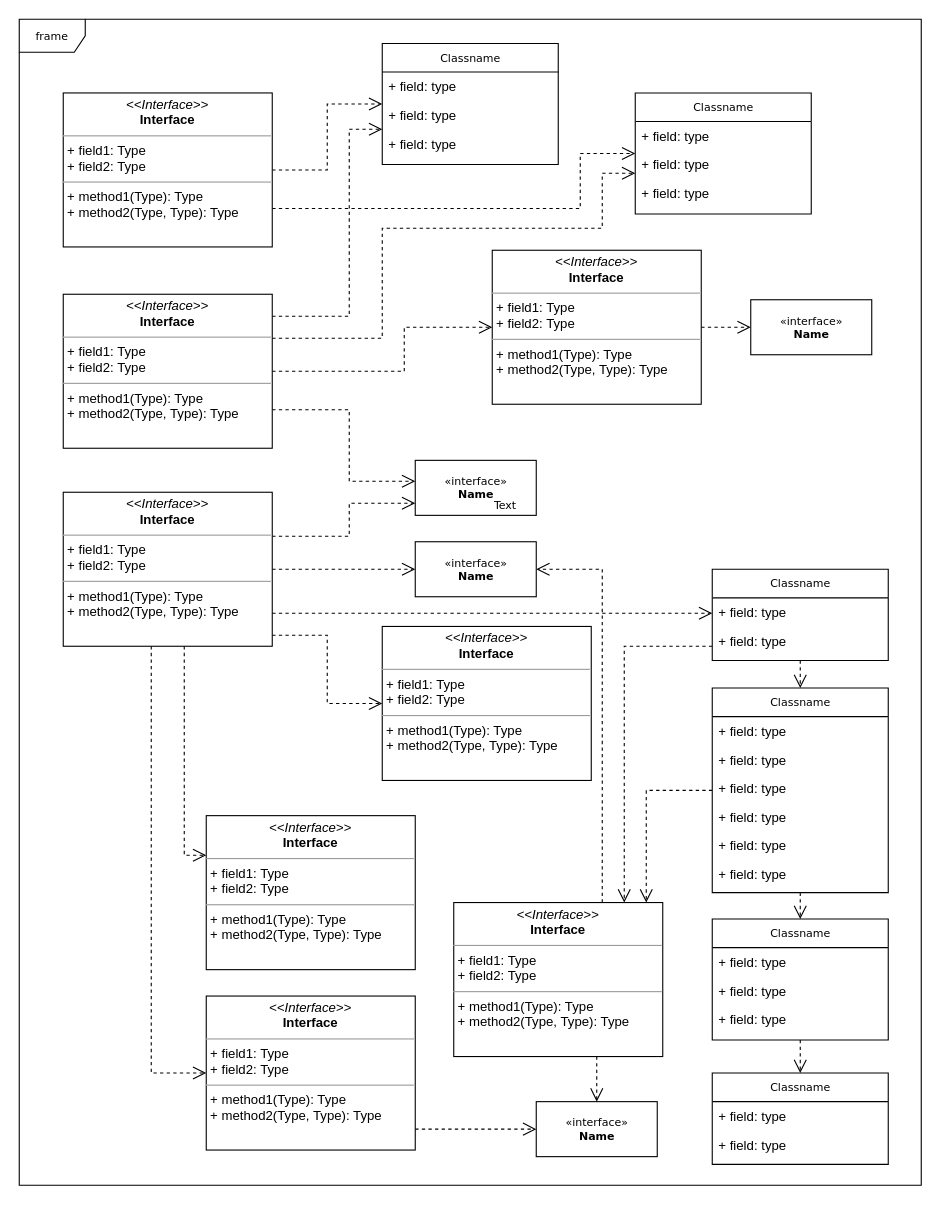
Above: 未命名绘图.drawio in gaochenxi/drawio (draw.io), before the change. Source tidied: cells renumbered, new cells numbered last; positions are measured from the earlier drawing's top-left corner, leaving out a move shared by most shapes. Both pictures are drawn from the tidied source at 110%, with x=0, y=0 at pixel (19, 19).
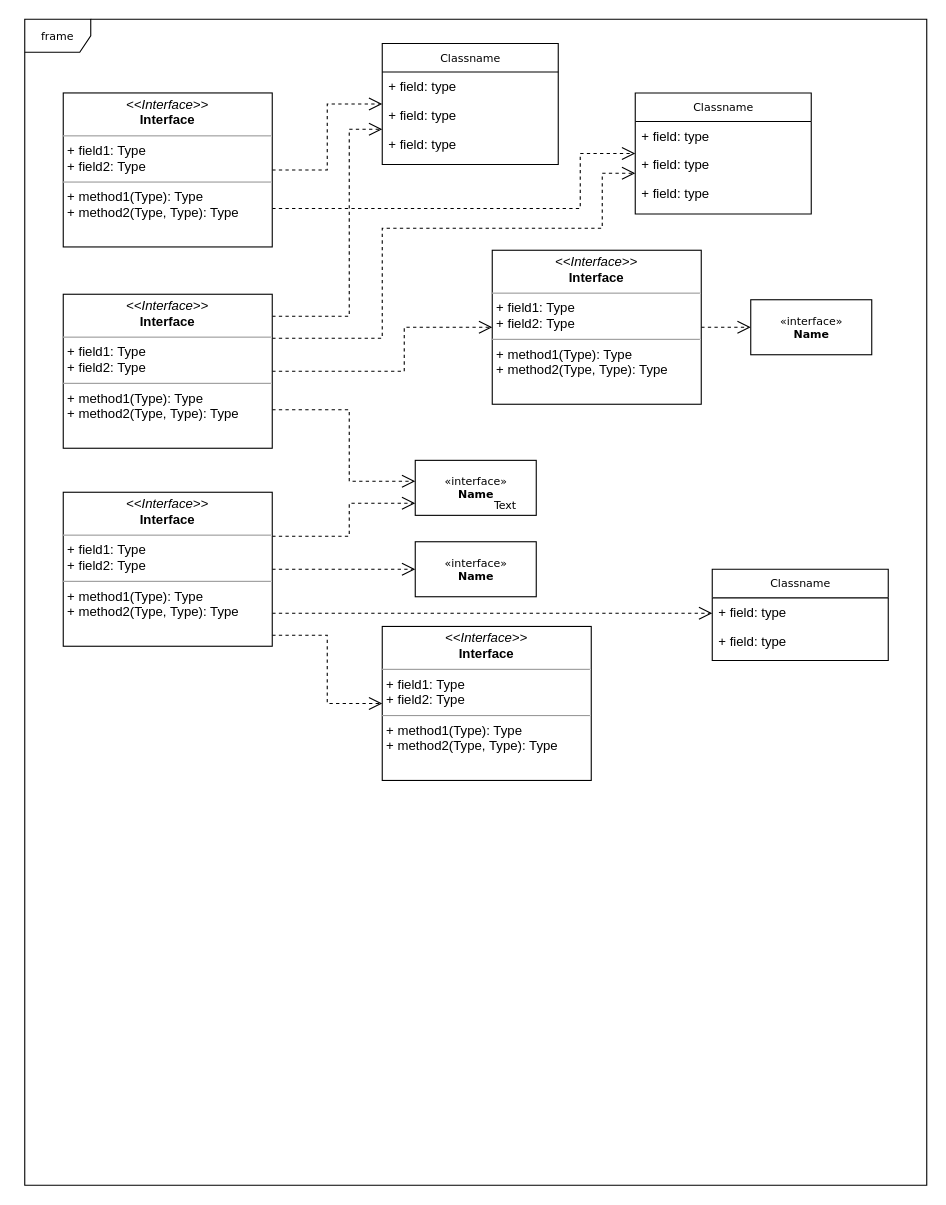
The same page after the edit.

Commit message:
更新未命名绘图.drawio

The change refers to these unchanged cells:
```xml
<mxCell id="29" value="Classname" style="swimlane;html=1;fontStyle=0;horizontal=1;startSize=26;fillColor=none;swimlaneFillColor=#ffffff;rounded=0;shadow=0;comic=0;labelBackgroundColor=none;strokeWidth=1;fontFamily=Verdana;fontSize=10;align=center;" parent="1" vertex="1">
  <mxGeometry x="630" y="500" width="160" height="83" as="geometry" />
</mxCell>
<mxCell id="40" value="&amp;laquo;interface&amp;raquo;&lt;br&gt;&lt;b&gt;Name&lt;/b&gt;" style="html=1;rounded=0;shadow=0;comic=0;labelBackgroundColor=none;strokeWidth=1;fontFamily=Verdana;fontSize=10;align=center;" parent="1" vertex="1">
  <mxGeometry x="360" y="475" width="110" height="50" as="geometry" />
</mxCell>
<mxCell id="60" value="&lt;p style=&quot;margin:0px;margin-top:4px;text-align:center;&quot;&gt;&lt;i&gt;&amp;lt;&amp;lt;Interface&amp;gt;&amp;gt;&lt;/i&gt;&lt;br/&gt;&lt;b&gt;Interface&lt;/b&gt;&lt;/p&gt;&lt;hr size=&quot;1&quot;/&gt;&lt;p style=&quot;margin:0px;margin-left:4px;&quot;&gt;+ field1: Type&lt;br/&gt;+ field2: Type&lt;/p&gt;&lt;hr size=&quot;1&quot;/&gt;&lt;p style=&quot;margin:0px;margin-left:4px;&quot;&gt;+ method1(Type): Type&lt;br/&gt;+ method2(Type, Type): Type&lt;/p&gt;" style="verticalAlign=top;align=left;overflow=fill;fontSize=12;fontFamily=Helvetica;html=1;rounded=0;shadow=0;comic=0;labelBackgroundColor=none;strokeWidth=1;" parent="1" vertex="1">
  <mxGeometry x="40" y="430" width="190" height="140" as="geometry" />
</mxCell>
```

The edit, as a diff of the source:
```diff
@@
     <mxCell id="2" value="frame" style="shape=umlFrame;whiteSpace=wrap;html=1;rounded=0;shadow=0;comic=0;labelBackgroundColor=none;strokeWidth=1;fontFamily=Verdana;fontSize=10;align=center;" parent="1" vertex="1">
-      <mxGeometry width="820" height="1060" as="geometry" />
+      <mxGeometry x="5" width="820" height="1060" as="geometry" />
     </mxCell>
-    <mxCell id="3" style="edgeStyle=orthogonalEdgeStyle;rounded=0;html=1;dashed=1;labelBackgroundColor=none;startFill=0;endArrow=open;endFill=0;endSize=10;fontFamily=Verdana;fontSize=10;" parent="1" edge="1" source="5" target="35">
-      <mxGeometry relative="1" as="geometry">
-        <Array as="points">
-          <mxPoint x="570" y="701" />
-        </Array>
-      </mxGeometry>
-    </mxCell>
-    <mxCell id="4" style="edgeStyle=orthogonalEdgeStyle;rounded=0;html=1;dashed=1;labelBackgroundColor=none;startFill=0;endArrow=open;endFill=0;endSize=10;fontFamily=Verdana;fontSize=10;" parent="1" edge="1" source="5" target="24">
-      <mxGeometry relative="1" as="geometry" />
-    </mxCell>
-    <mxCell id="5" value="Classname" style="swimlane;html=1;fontStyle=0;horizontal=1;startSize=26;fillColor=none;swimlaneFillColor=#ffffff;rounded=0;shadow=0;comic=0;labelBackgroundColor=none;strokeWidth=1;fontFamily=Verdana;fontSize=10;align=center;" parent="1" vertex="1">
-      <mxGeometry x="630" y="608" width="160" height="186" as="geometry" />
-    </mxCell>
-    <mxCell id="6" value="+ field: type" style="text;html=1;strokeColor=none;fillColor=none;align=left;verticalAlign=top;spacingLeft=4;spacingRight=4;whiteSpace=wrap;overflow=hidden;" parent="5" vertex="1">
-      <mxGeometry y="26" width="160" height="26" as="geometry" />
-    </mxCell>
-    <mxCell id="7" value="+ field: type" style="text;html=1;strokeColor=none;fillColor=none;align=left;verticalAlign=top;spacingLeft=4;spacingRight=4;whiteSpace=wrap;overflow=hidden;" parent="5" vertex="1">
-      <mxGeometry y="52" width="160" height="26" as="geometry" />
-    </mxCell>
-    <mxCell id="8" value="+ field: type" style="text;html=1;strokeColor=none;fillColor=none;align=left;verticalAlign=top;spacingLeft=4;spacingRight=4;whiteSpace=wrap;overflow=hidden;" parent="5" vertex="1">
-      <mxGeometry y="78" width="160" height="26" as="geometry" />
-    </mxCell>
-    <mxCell id="9" value="+ field: type" style="text;html=1;strokeColor=none;fillColor=none;align=left;verticalAlign=top;spacingLeft=4;spacingRight=4;whiteSpace=wrap;overflow=hidden;" parent="5" vertex="1">
-      <mxGeometry y="104" width="160" height="26" as="geometry" />
-    </mxCell>
-    <mxCell id="10" value="+ field: type" style="text;html=1;strokeColor=none;fillColor=none;align=left;verticalAlign=top;spacingLeft=4;spacingRight=4;whiteSpace=wrap;overflow=hidden;" parent="5" vertex="1">
-      <mxGeometry y="130" width="160" height="26" as="geometry" />
-    </mxCell>
-    <mxCell id="11" value="+ field: type" style="text;html=1;strokeColor=none;fillColor=none;align=left;verticalAlign=top;spacingLeft=4;spacingRight=4;whiteSpace=wrap;overflow=hidden;" parent="5" vertex="1">
-      <mxGeometry y="156" width="160" height="26" as="geometry" />
-    </mxCell>
@@
-    <mxCell id="20" value="Classname" style="swimlane;html=1;fontStyle=0;horizontal=1;startSize=26;fillColor=none;swimlaneFillColor=#ffffff;rounded=0;shadow=0;comic=0;labelBackgroundColor=none;strokeWidth=1;fontFamily=Verdana;fontSize=10;align=center;" parent="1" vertex="1">
-      <mxGeometry x="630" y="958" width="160" height="83" as="geometry" />
-    </mxCell>
-    <mxCell id="21" value="+ field: type" style="text;html=1;strokeColor=none;fillColor=none;align=left;verticalAlign=top;spacingLeft=4;spacingRight=4;whiteSpace=wrap;overflow=hidden;" parent="20" vertex="1">
-      <mxGeometry y="26" width="160" height="26" as="geometry" />
-    </mxCell>
-    <mxCell id="22" value="+ field: type" style="text;html=1;strokeColor=none;fillColor=none;align=left;verticalAlign=top;spacingLeft=4;spacingRight=4;whiteSpace=wrap;overflow=hidden;" parent="20" vertex="1">
-      <mxGeometry y="52" width="160" height="26" as="geometry" />
-    </mxCell>
-    <mxCell id="23" style="edgeStyle=orthogonalEdgeStyle;rounded=0;html=1;dashed=1;labelBackgroundColor=none;startFill=0;endArrow=open;endFill=0;endSize=10;fontFamily=Verdana;fontSize=10;" parent="1" edge="1" source="24" target="20">
-      <mxGeometry relative="1" as="geometry" />
-    </mxCell>
-    <mxCell id="24" value="Classname" style="swimlane;html=1;fontStyle=0;horizontal=1;startSize=26;fillColor=none;swimlaneFillColor=#ffffff;rounded=0;shadow=0;comic=0;labelBackgroundColor=none;strokeWidth=1;fontFamily=Verdana;fontSize=10;align=center;" parent="1" vertex="1">
-      <mxGeometry x="630" y="818" width="160" height="110" as="geometry" />
-    </mxCell>
-    <mxCell id="25" value="+ field: type" style="text;html=1;strokeColor=none;fillColor=none;align=left;verticalAlign=top;spacingLeft=4;spacingRight=4;whiteSpace=wrap;overflow=hidden;" parent="24" vertex="1">
-      <mxGeometry y="26" width="160" height="26" as="geometry" />
-    </mxCell>
-    <mxCell id="26" value="+ field: type" style="text;html=1;strokeColor=none;fillColor=none;align=left;verticalAlign=top;spacingLeft=4;spacingRight=4;whiteSpace=wrap;overflow=hidden;" parent="24" vertex="1">
-      <mxGeometry y="52" width="160" height="26" as="geometry" />
-    </mxCell>
-    <mxCell id="27" value="+ field: type" style="text;html=1;strokeColor=none;fillColor=none;align=left;verticalAlign=top;spacingLeft=4;spacingRight=4;whiteSpace=wrap;overflow=hidden;" parent="24" vertex="1">
-      <mxGeometry y="78" width="160" height="26" as="geometry" />
-    </mxCell>
-    <mxCell id="28" style="edgeStyle=orthogonalEdgeStyle;rounded=0;html=1;dashed=1;labelBackgroundColor=none;startFill=0;endArrow=open;endFill=0;endSize=10;fontFamily=Verdana;fontSize=10;" parent="1" edge="1" source="29" target="5">
-      <mxGeometry relative="1" as="geometry" />
-    </mxCell>
@@
-    <mxCell id="32" value="&amp;laquo;interface&amp;raquo;&lt;br&gt;&lt;b&gt;Name&lt;/b&gt;" style="html=1;rounded=0;shadow=0;comic=0;labelBackgroundColor=none;strokeWidth=1;fontFamily=Verdana;fontSize=10;align=center;" parent="1" vertex="1">
-      <mxGeometry x="470" y="984" width="110" height="50" as="geometry" />
-    </mxCell>
-    <mxCell id="33" style="edgeStyle=orthogonalEdgeStyle;rounded=0;html=1;dashed=1;labelBackgroundColor=none;startFill=0;endArrow=open;endFill=0;endSize=10;fontFamily=Verdana;fontSize=10;" parent="1" edge="1" source="35" target="32">
-      <mxGeometry relative="1" as="geometry">
-        <Array as="points">
-          <mxPoint x="525" y="950" />
-          <mxPoint x="525" y="950" />
-        </Array>
-      </mxGeometry>
-    </mxCell>
-    <mxCell id="34" style="edgeStyle=orthogonalEdgeStyle;rounded=0;html=1;dashed=1;labelBackgroundColor=none;startFill=0;endArrow=open;endFill=0;endSize=10;fontFamily=Verdana;fontSize=10;" parent="1" edge="1" source="35" target="40">
-      <mxGeometry relative="1" as="geometry">
-        <Array as="points">
-          <mxPoint x="530" y="500" />
-        </Array>
-      </mxGeometry>
-    </mxCell>
-    <mxCell id="35" value="&lt;p style=&quot;margin:0px;margin-top:4px;text-align:center;&quot;&gt;&lt;i&gt;&amp;lt;&amp;lt;Interface&amp;gt;&amp;gt;&lt;/i&gt;&lt;br/&gt;&lt;b&gt;Interface&lt;/b&gt;&lt;/p&gt;&lt;hr size=&quot;1&quot;/&gt;&lt;p style=&quot;margin:0px;margin-left:4px;&quot;&gt;+ field1: Type&lt;br/&gt;+ field2: Type&lt;/p&gt;&lt;hr size=&quot;1&quot;/&gt;&lt;p style=&quot;margin:0px;margin-left:4px;&quot;&gt;+ method1(Type): Type&lt;br/&gt;+ method2(Type, Type): Type&lt;/p&gt;" style="verticalAlign=top;align=left;overflow=fill;fontSize=12;fontFamily=Helvetica;html=1;rounded=0;shadow=0;comic=0;labelBackgroundColor=none;strokeWidth=1;" parent="1" vertex="1">
-      <mxGeometry x="395" y="803" width="190" height="140" as="geometry" />
-    </mxCell>
@@
-    <mxCell id="37" style="edgeStyle=orthogonalEdgeStyle;rounded=0;html=1;dashed=1;labelBackgroundColor=none;startFill=0;endArrow=open;endFill=0;endSize=10;fontFamily=Verdana;fontSize=10;" parent="1" edge="1" source="38" target="32">
-      <mxGeometry relative="1" as="geometry">
-        <Array as="points">
-          <mxPoint x="390" y="1009" />
-          <mxPoint x="390" y="1009" />
-        </Array>
-      </mxGeometry>
-    </mxCell>
-    <mxCell id="38" value="&lt;p style=&quot;margin:0px;margin-top:4px;text-align:center;&quot;&gt;&lt;i&gt;&amp;lt;&amp;lt;Interface&amp;gt;&amp;gt;&lt;/i&gt;&lt;br/&gt;&lt;b&gt;Interface&lt;/b&gt;&lt;/p&gt;&lt;hr size=&quot;1&quot;/&gt;&lt;p style=&quot;margin:0px;margin-left:4px;&quot;&gt;+ field1: Type&lt;br/&gt;+ field2: Type&lt;/p&gt;&lt;hr size=&quot;1&quot;/&gt;&lt;p style=&quot;margin:0px;margin-left:4px;&quot;&gt;+ method1(Type): Type&lt;br/&gt;+ method2(Type, Type): Type&lt;/p&gt;" style="verticalAlign=top;align=left;overflow=fill;fontSize=12;fontFamily=Helvetica;html=1;rounded=0;shadow=0;comic=0;labelBackgroundColor=none;strokeWidth=1;" parent="1" vertex="1">
-      <mxGeometry x="170" y="888" width="190" height="140" as="geometry" />
-    </mxCell>
-    <mxCell id="39" value="&lt;p style=&quot;margin:0px;margin-top:4px;text-align:center;&quot;&gt;&lt;i&gt;&amp;lt;&amp;lt;Interface&amp;gt;&amp;gt;&lt;/i&gt;&lt;br/&gt;&lt;b&gt;Interface&lt;/b&gt;&lt;/p&gt;&lt;hr size=&quot;1&quot;/&gt;&lt;p style=&quot;margin:0px;margin-left:4px;&quot;&gt;+ field1: Type&lt;br/&gt;+ field2: Type&lt;/p&gt;&lt;hr size=&quot;1&quot;/&gt;&lt;p style=&quot;margin:0px;margin-left:4px;&quot;&gt;+ method1(Type): Type&lt;br/&gt;+ method2(Type, Type): Type&lt;/p&gt;" style="verticalAlign=top;align=left;overflow=fill;fontSize=12;fontFamily=Helvetica;html=1;rounded=0;shadow=0;comic=0;labelBackgroundColor=none;strokeWidth=1;" parent="1" vertex="1">
-      <mxGeometry x="170" y="724" width="190" height="140" as="geometry" />
-    </mxCell>
@@
-    <mxCell id="58" style="edgeStyle=orthogonalEdgeStyle;rounded=0;html=1;dashed=1;labelBackgroundColor=none;startFill=0;endArrow=open;endFill=0;endSize=10;fontFamily=Verdana;fontSize=10;" parent="1" edge="1" source="60" target="39">
-      <mxGeometry relative="1" as="geometry">
-        <Array as="points">
-          <mxPoint x="150" y="760" />
-        </Array>
-      </mxGeometry>
-    </mxCell>
-    <mxCell id="59" style="edgeStyle=orthogonalEdgeStyle;rounded=0;html=1;dashed=1;labelBackgroundColor=none;startFill=0;endArrow=open;endFill=0;endSize=10;fontFamily=Verdana;fontSize=10;" parent="1" edge="1" source="60" target="38">
-      <mxGeometry relative="1" as="geometry">
-        <Array as="points">
-          <mxPoint x="120" y="958" />
-        </Array>
-      </mxGeometry>
-    </mxCell>
@@
-    <mxCell id="61" style="edgeStyle=orthogonalEdgeStyle;rounded=0;html=1;dashed=1;labelBackgroundColor=none;startFill=0;endArrow=open;endFill=0;endSize=10;fontFamily=Verdana;fontSize=10;" parent="1" edge="1" source="29" target="35">
-      <mxGeometry relative="1" as="geometry">
-        <Array as="points">
-          <mxPoint x="550" y="570" />
-        </Array>
-      </mxGeometry>
-    </mxCell>
```
